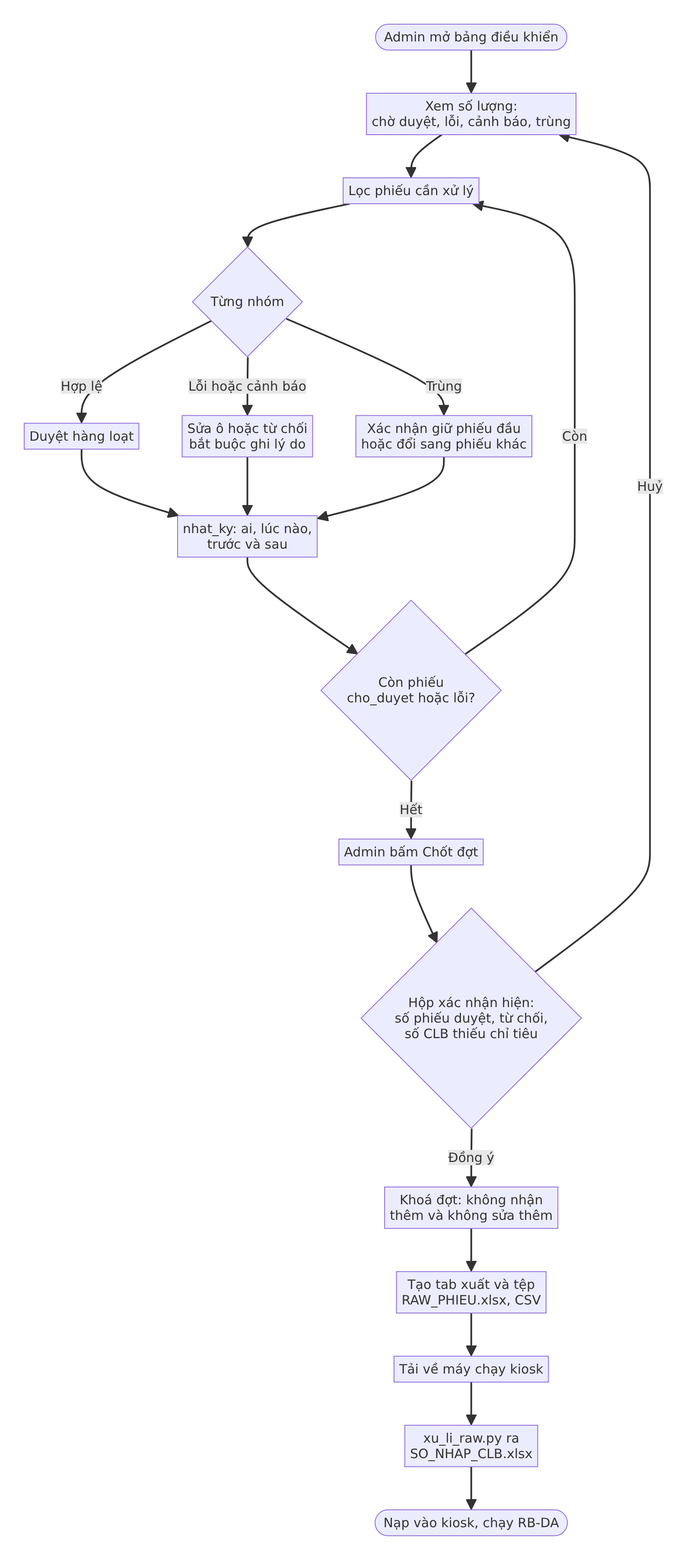
Before: docs/he_sinh_thai/anh/c_duyet_xuat.png, a diagram exported from Mermaid (nguyenphanvantruong6969-arch/TESTING-DEV). Its source is kept beside it as docs/he_sinh_thai/anh/c_duyet_xuat.mmd.
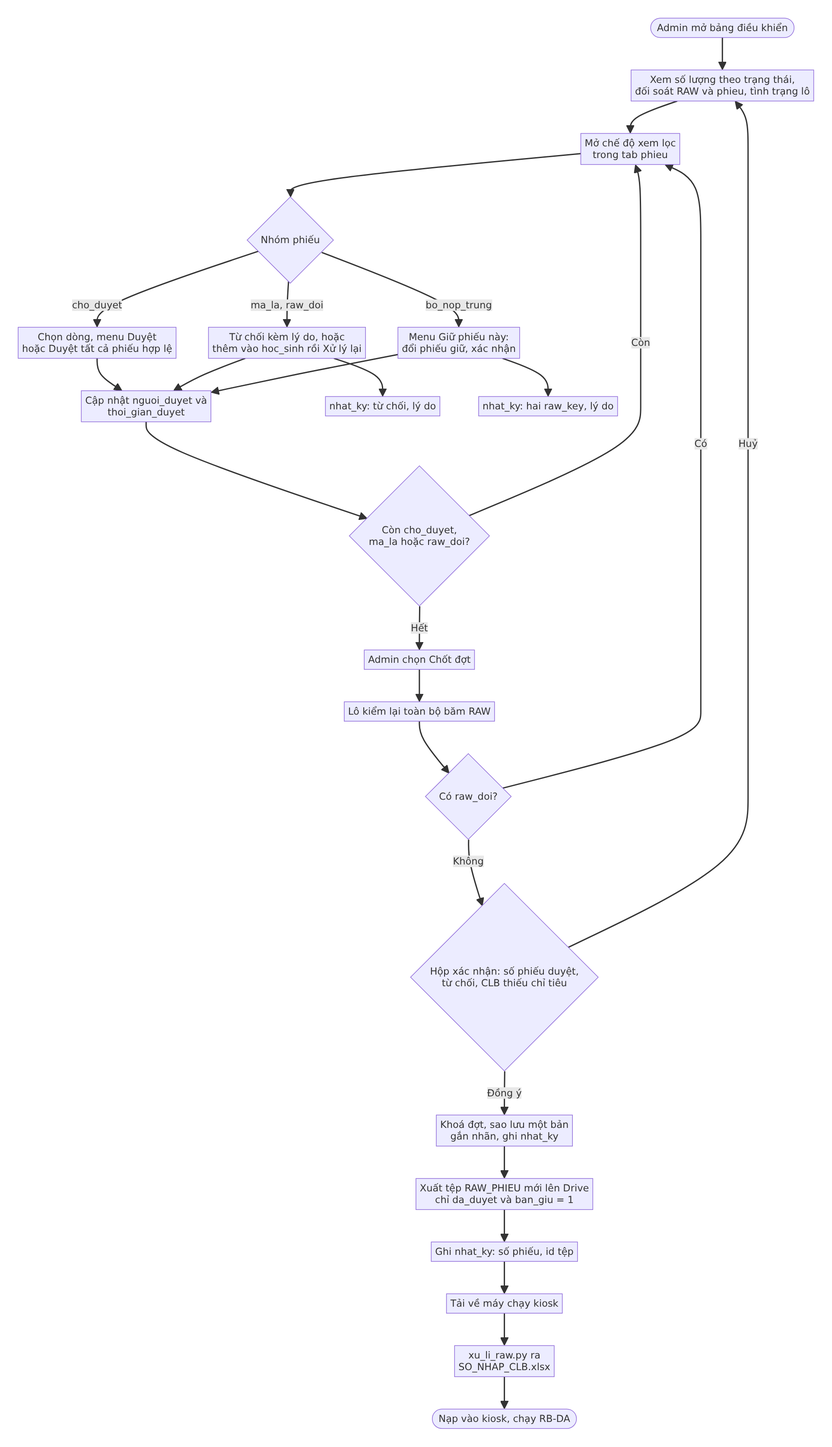
The same diagram one commit later.

Commit message:
T4 sửa vòng 1: V1 gọn (phieu duy nhất, raw_key bằng băm, xuất tệp riêng), thay đổi kho cho Lớp, ngân sách ô và trigger tính lại, vẽ lại sơ đồ

What changed in the source:
```diff
@@ -1,20 +1,26 @@
 flowchart TD
-  A(["Admin mở bảng điều khiển"]) --> B["Xem số lượng:<br/>chờ duyệt, lỗi, cảnh báo, trùng"]
-  B --> C["Lọc phiếu cần xử lý"]
-  C --> D{"Từng nhóm"}
-  D -->|"Hợp lệ"| E["Duyệt hàng loạt"]
-  D -->|"Lỗi hoặc cảnh báo"| F["Sửa ô hoặc từ chối<br/>bắt buộc ghi lý do"]
-  D -->|"Trùng"| G["Xác nhận giữ phiếu đầu<br/>hoặc đổi sang phiếu khác"]
-  E --> H["nhat_ky: ai, lúc nào,<br/>trước và sau"]
+  A(["Admin mở bảng điều khiển"]) --> B["Xem số lượng theo trạng thái,<br/>đối soát RAW và phieu, tình trạng lô"]
+  B --> C["Mở chế độ xem lọc<br/>trong tab phieu"]
+  C --> D{"Nhóm phiếu"}
+  D -->|"cho_duyet"| E["Chọn dòng, menu Duyệt<br/>hoặc Duyệt tất cả phiếu hợp lệ"]
+  D -->|"ma_la, raw_doi"| F["Từ chối kèm lý do, hoặc<br/>thêm vào hoc_sinh rồi Xử lý lại"]
+  D -->|"bo_nop_trung"| G["Menu Giữ phiếu này:<br/>đổi phiếu giữ, xác nhận"]
+  E --> H["Cập nhật nguoi_duyet và<br/>thoi_gian_duyet"]
   F --> H
   G --> H
-  H --> I{"Còn phiếu<br/>cho_duyet hoặc lỗi?"}
+  F --> NK1["nhat_ky: từ chối, lý do"]
+  G --> NK2["nhat_ky: hai raw_key, lý do"]
+  H --> I{"Còn cho_duyet,<br/>ma_la hoặc raw_doi?"}
   I -->|"Còn"| C
-  I -->|"Hết"| J["Admin bấm Chốt đợt"]
-  J --> K{"Hộp xác nhận hiện:<br/>số phiếu duyệt, từ chối,<br/>số CLB thiếu chỉ tiêu"}
-  K -->|"Huỷ"| B
-  K -->|"Đồng ý"| L["Khoá đợt: không nhận<br/>thêm và không sửa thêm"]
-  L --> M["Tạo tab xuất và tệp<br/>RAW_PHIEU.xlsx, CSV"]
-  M --> N["Tải về máy chạy kiosk"]
+  I -->|"Hết"| J["Admin chọn Chốt đợt"]
+  J --> K["Lô kiểm lại toàn bộ băm RAW"]
+  K --> K2{"Có raw_doi?"}
+  K2 -->|"Có"| C
+  K2 -->|"Không"| Q{"Hộp xác nhận: số phiếu duyệt,<br/>từ chối, CLB thiếu chỉ tiêu"}
+  Q -->|"Huỷ"| B
+  Q -->|"Đồng ý"| L["Khoá đợt, sao lưu một bản<br/>gắn nhãn, ghi nhat_ky"]
+  L --> M["Xuất tệp RAW_PHIEU mới lên Drive<br/>chỉ da_duyet và ban_giu = 1"]
+  M --> M2["Ghi nhat_ky: số phiếu, id tệp"]
+  M2 --> N["Tải về máy chạy kiosk"]
   N --> O["xu_li_raw.py ra<br/>SO_NHAP_CLB.xlsx"]
   O --> P(["Nạp vào kiosk, chạy RB-DA"])
```
